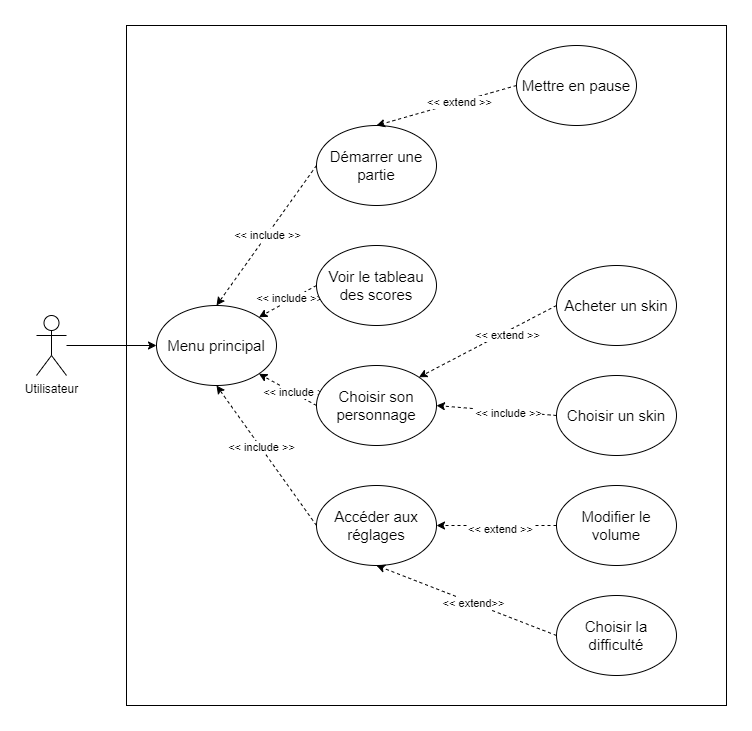
Earlier version of the draw.io export diagramme/UML/img/Diagramme_cas_utilisation.png (CrossyRoad-cnam/Docs). Source tidied: cells renumbered, new cells last; positions are measured from the earlier drawing's top-left corner, leaving out a move shared by most shapes.
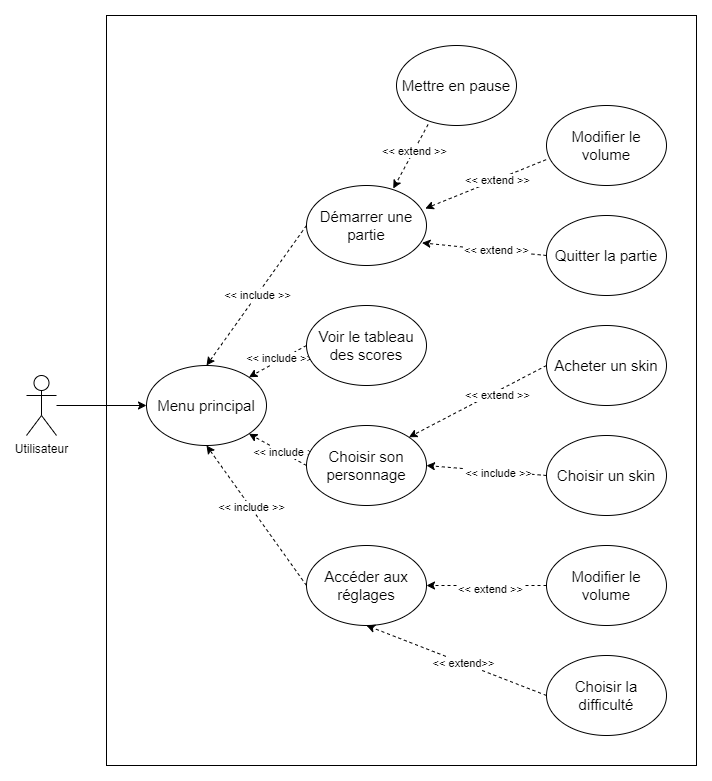
The same diagram one commit later.

Commit message:
mise à jour diagramme cas utilisation

The edit, as a diff of the source:
```diff
@@ -3,7 +3,7 @@
     <mxCell id="0" />
     <mxCell id="1" parent="0" />
     <mxCell id="2" style="rounded=0;whiteSpace=wrap;html=1;fillColor=none;" parent="1" vertex="1">
-      <mxGeometry x="90" width="600" height="680" as="geometry" />
+      <mxGeometry x="80" y="-70" width="590" height="750" as="geometry" />
     </mxCell>
     <mxCell id="3" style="edgeStyle=orthogonalEdgeStyle;rounded=0;orthogonalLoop=1;jettySize=auto;html=1;exitX=0;exitY=0.5;exitDx=0;exitDy=0;entryX=0;entryY=0.5;entryDx=0;entryDy=0;" parent="1" edge="1">
       <mxGeometry relative="1" as="geometry">
@@ -97,14 +97,32 @@
     <mxCell id="30" value="Choisir un skin" style="ellipse;whiteSpace=wrap;html=1;fontSize=15;" parent="1" vertex="1">
       <mxGeometry x="520" y="350" width="120" height="80" as="geometry" />
     </mxCell>
+    <mxCell id="33" value="Mettre en pause" style="ellipse;whiteSpace=wrap;html=1;fontSize=15;" parent="1" vertex="1">
+      <mxGeometry x="370" y="-40" width="120" height="80" as="geometry" />
+    </mxCell>
-    <mxCell id="31" style="jettySize=auto;html=1;exitX=0;exitY=0.5;exitDx=0;exitDy=0;entryX=0.5;entryY=0;entryDx=0;entryDy=0;rounded=1;dashed=1;" parent="1" edge="1" source="33" target="9">
+    <mxCell id="31" style="jettySize=auto;html=1;exitX=0.263;exitY=0.988;exitDx=0;exitDy=0;rounded=1;dashed=1;entryX=0.723;entryY=0.038;entryDx=0;entryDy=0;entryPerimeter=0;exitPerimeter=0;" parent="1" edge="1" source="33" target="9">
       <mxGeometry relative="1" as="geometry" />
     </mxCell>
-    <mxCell id="32" value="&amp;lt;&amp;lt; extend &amp;gt;&amp;gt;" style="edgeLabel;html=1;align=center;verticalAlign=middle;" parent="31" vertex="1">
-      <mxGeometry x="-0.18" relative="1" as="geometry" />
-    </mxCell>
-    <mxCell id="33" value="Mettre en pause" style="ellipse;whiteSpace=wrap;html=1;fontSize=15;" parent="1" vertex="1">
-      <mxGeometry x="480" y="20" width="120" height="80" as="geometry" />
-    </mxCell>
+    <mxCell id="34" value="&amp;lt;&amp;lt; extend &amp;gt;&amp;gt;" style="edgeLabel;html=1;align=center;verticalAlign=middle;" parent="31" vertex="1">
+      <mxGeometry x="-0.18" relative="1" as="geometry" />
+    </mxCell>
+    <mxCell id="35" value="Modifier le volume" style="ellipse;whiteSpace=wrap;html=1;fontSize=15;" parent="1" vertex="1">
+      <mxGeometry x="520" y="20" width="120" height="80" as="geometry" />
+    </mxCell>
+    <mxCell id="36" value="Quitter la partie" style="ellipse;whiteSpace=wrap;html=1;fontSize=15;" parent="1" vertex="1">
+      <mxGeometry x="520" y="130" width="120" height="80" as="geometry" />
+    </mxCell>
+    <mxCell id="37" style="jettySize=auto;html=1;exitX=-0.003;exitY=0.677;exitDx=0;exitDy=0;rounded=1;dashed=1;entryX=0.99;entryY=0.288;entryDx=0;entryDy=0;entryPerimeter=0;exitPerimeter=0;" parent="1" edge="1" source="35" target="9">
+      <mxGeometry relative="1" as="geometry" />
+    </mxCell>
+    <mxCell id="38" value="&amp;lt;&amp;lt; extend &amp;gt;&amp;gt;" style="edgeLabel;html=1;align=center;verticalAlign=middle;" parent="37" vertex="1">
+      <mxGeometry x="-0.18" relative="1" as="geometry" />
+    </mxCell>
+    <mxCell id="39" style="jettySize=auto;html=1;exitX=0;exitY=0.5;exitDx=0;exitDy=0;rounded=1;dashed=1;entryX=0.963;entryY=0.717;entryDx=0;entryDy=0;entryPerimeter=0;" parent="1" edge="1" source="36" target="9">
+      <mxGeometry relative="1" as="geometry" />
+    </mxCell>
+    <mxCell id="40" value="&amp;lt;&amp;lt; extend &amp;gt;&amp;gt;" style="edgeLabel;html=1;align=center;verticalAlign=middle;" parent="39" vertex="1">
+      <mxGeometry x="-0.18" relative="1" as="geometry" />
+    </mxCell>
   </root>
 </mxGraphModel>
```
